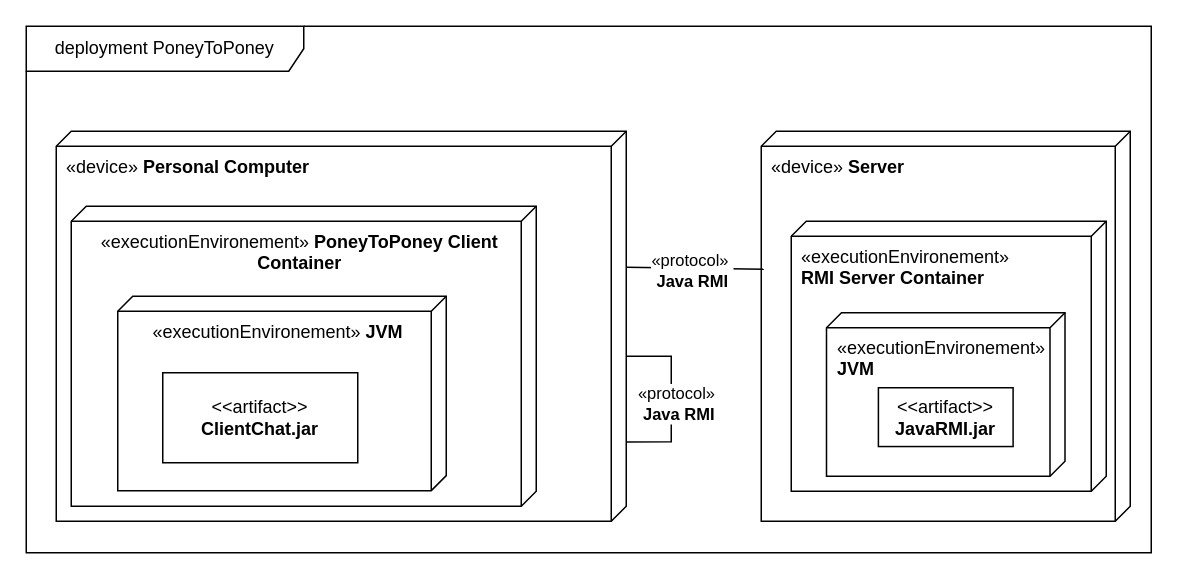
The draw.io diagram docs/deployement.drawio in samuelroland/poneytoponey, before the edit. Source tidied: cells renumbered, new cells numbered last; positions are measured from the earlier drawing's top-left corner, leaving out a move shared by most shapes. Both pictures are drawn from the tidied source at 150%, with x=0, y=0 at pixel (26, 26).
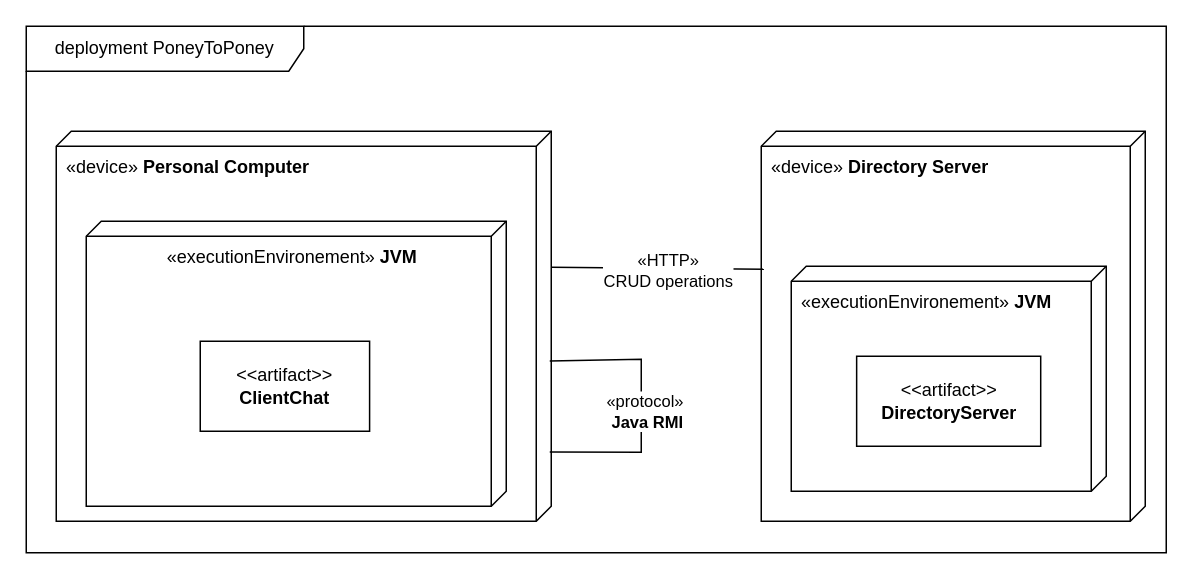
After the change.

Commit message (it also covers changes not shown here):
docs: updated deployement diagram

Change to the diagram source:
```diff
@@
 <mxGraphModel>
   <root>
     <mxCell id="0" />
     <mxCell id="1" parent="0" />
     <mxCell id="2" value="deployment PoneyToPoney" style="shape=umlFrame;whiteSpace=wrap;html=1;width=185;height=30;" parent="1" vertex="1">
-      <mxGeometry width="750" height="351" as="geometry" />
+      <mxGeometry width="760" height="351" as="geometry" />
     </mxCell>
     <mxCell id="3" value="«device»&amp;nbsp;&lt;b&gt;Personal Computer&lt;/b&gt;" style="verticalAlign=top;align=left;shape=cube;size=10;direction=south;fontStyle=0;html=1;boundedLbl=1;spacingLeft=5;whiteSpace=wrap;" parent="2" vertex="1">
-      <mxGeometry x="20" y="70" width="380" height="260" as="geometry" />
+      <mxGeometry x="20" y="70" width="330" height="260" as="geometry" />
     </mxCell>
-    <mxCell id="4" value="«executionEnvironement»&amp;nbsp;&lt;b&gt;PoneyToPoney Client Container&lt;/b&gt;" style="verticalAlign=top;align=center;shape=cube;size=10;direction=south;html=1;boundedLbl=1;spacingLeft=5;whiteSpace=wrap;" parent="3" vertex="1">
-      <mxGeometry width="310" height="200" relative="1" as="geometry">
-        <mxPoint x="10" y="50" as="offset" />
-      </mxGeometry>
-    </mxCell>
-    <mxCell id="5" value="«executionEnvironement» &lt;b&gt;JVM&lt;/b&gt;" style="verticalAlign=top;align=center;shape=cube;size=10;direction=south;html=1;boundedLbl=1;spacingLeft=5;whiteSpace=wrap;" parent="3" vertex="1">
-      <mxGeometry x="41" y="110" width="219" height="129.6" as="geometry" />
-    </mxCell>
-    <mxCell id="6" value="&amp;lt;&amp;lt;artifact&amp;gt;&amp;gt;&lt;br&gt;&lt;b&gt;ClientChat.jar&lt;/b&gt;" style="html=1;align=center;verticalAlign=middle;dashed=0;whiteSpace=wrap;" parent="3" vertex="1">
-      <mxGeometry x="71" y="161" width="130" height="60" as="geometry" />
-    </mxCell>
-    <mxCell id="7" value="«device»&lt;b&gt;&amp;nbsp;Server&lt;/b&gt;" style="verticalAlign=top;align=left;shape=cube;size=10;direction=south;fontStyle=0;html=1;boundedLbl=1;spacingLeft=5;whiteSpace=wrap;" parent="2" vertex="1">
-      <mxGeometry x="490" y="70" width="246" height="260" as="geometry" />
-    </mxCell>
-    <mxCell id="8" style="endArrow=none;html=1;rounded=0;fontSize=12;startSize=8;endSize=8;curved=1;entryX=0.354;entryY=0.993;entryDx=0;entryDy=0;entryPerimeter=0;exitX=0.349;exitY=0;exitDx=0;exitDy=0;exitPerimeter=0;" parent="2" edge="1" source="3" target="7">
-      <mxGeometry relative="1" as="geometry" />
-    </mxCell>
-    <mxCell id="9" value="&lt;div&gt;«protocol»&amp;nbsp;&lt;/div&gt;&lt;div&gt;&lt;b&gt;Java RMI&lt;/b&gt;&lt;/div&gt;" style="edgeLabel;html=1;align=center;verticalAlign=middle;" parent="8" vertex="1">
-      <mxGeometry x="0.36" y="-1" relative="1" as="geometry">
-        <mxPoint x="-18" as="offset" />
-      </mxGeometry>
-    </mxCell>
-    <mxCell id="10" style="endArrow=none;html=1;rounded=0;fontSize=12;startSize=8;endSize=8;curved=0;entryX=0.797;entryY=0;entryDx=0;entryDy=0;entryPerimeter=0;exitX=0.349;exitY=0;exitDx=0;exitDy=0;exitPerimeter=0;" parent="2" edge="1" target="3">
-      <mxGeometry relative="1" as="geometry">
-        <mxPoint x="400" y="220" as="sourcePoint" />
-        <Array as="points">
-          <mxPoint x="430" y="220" />
-          <mxPoint x="430" y="277" />
-        </Array>
-      </mxGeometry>
-    </mxCell>
-    <mxCell id="11" value="&lt;div&gt;«protocol»&amp;nbsp;&lt;/div&gt;&lt;div&gt;&lt;b&gt;Java RMI&lt;/b&gt;&lt;/div&gt;" style="edgeLabel;html=1;align=center;verticalAlign=middle;" parent="10" vertex="1">
-      <mxGeometry x="0.36" y="-1" relative="1" as="geometry">
-        <mxPoint x="5" y="-19" as="offset" />
-      </mxGeometry>
-    </mxCell>
-    <mxCell id="12" value="&lt;div&gt;«executionEnvironement»&amp;nbsp;&lt;/div&gt;&lt;div&gt;&lt;b&gt;RMI Server Container&lt;/b&gt;&lt;/div&gt;" style="verticalAlign=top;align=left;shape=cube;size=10;direction=south;fontStyle=0;html=1;boundedLbl=1;spacingLeft=5;whiteSpace=wrap;" parent="2" vertex="1">
-      <mxGeometry x="510" y="130" width="210" height="180" as="geometry" />
-    </mxCell>
-    <mxCell id="13" value="&lt;div&gt;«executionEnvironement»&amp;nbsp;&lt;/div&gt;&lt;div&gt;&lt;b style=&quot;text-align: center;&quot;&gt;JVM&lt;/b&gt;&lt;/div&gt;" style="verticalAlign=top;align=left;shape=cube;size=10;direction=south;fontStyle=0;html=1;boundedLbl=1;spacingLeft=5;whiteSpace=wrap;" parent="2" vertex="1">
-      <mxGeometry x="533.5" y="191" width="159" height="109" as="geometry" />
-    </mxCell>
-    <mxCell id="14" value="&amp;lt;&amp;lt;artifact&amp;gt;&amp;gt;&lt;br&gt;&lt;b&gt;JavaRMI.jar&lt;/b&gt;" style="html=1;align=center;verticalAlign=middle;dashed=0;whiteSpace=wrap;" parent="2" vertex="1">
-      <mxGeometry x="568.1" y="241" width="89.8" height="39.2" as="geometry" />
-    </mxCell>
+    <mxCell id="15" value="«executionEnvironement»&amp;nbsp;&lt;b&gt;JVM&lt;/b&gt;" style="verticalAlign=top;align=center;shape=cube;size=10;direction=south;html=1;boundedLbl=1;spacingLeft=5;whiteSpace=wrap;" parent="3" vertex="1">
+      <mxGeometry width="280" height="190" relative="1" as="geometry">
+        <mxPoint x="20" y="60" as="offset" />
+      </mxGeometry>
+    </mxCell>
+    <mxCell id="16" value="&amp;lt;&amp;lt;artifact&amp;gt;&amp;gt;&lt;br&gt;&lt;b&gt;ClientChat&lt;/b&gt;" style="html=1;align=center;verticalAlign=middle;dashed=0;whiteSpace=wrap;" parent="3" vertex="1">
+      <mxGeometry x="96" y="140" width="112.9" height="60" as="geometry" />
+    </mxCell>
+    <mxCell id="17" value="«device»&lt;b&gt;&amp;nbsp;Directory Server&lt;/b&gt;" style="verticalAlign=top;align=left;shape=cube;size=10;direction=south;fontStyle=0;html=1;boundedLbl=1;spacingLeft=5;whiteSpace=wrap;" parent="2" vertex="1">
+      <mxGeometry x="490" y="70" width="256" height="260" as="geometry" />
+    </mxCell>
+    <mxCell id="18" style="endArrow=none;html=1;rounded=0;fontSize=12;startSize=8;endSize=8;curved=1;entryX=0.354;entryY=0.993;entryDx=0;entryDy=0;entryPerimeter=0;exitX=0.349;exitY=0;exitDx=0;exitDy=0;exitPerimeter=0;" parent="2" edge="1" source="3" target="17">
+      <mxGeometry relative="1" as="geometry" />
+    </mxCell>
+    <mxCell id="19" value="&lt;div&gt;«HTTP» &lt;br&gt;CRUD operations&lt;/div&gt;" style="edgeLabel;html=1;align=center;verticalAlign=middle;" parent="18" vertex="1">
+      <mxGeometry x="0.36" y="-1" relative="1" as="geometry">
+        <mxPoint x="-18" as="offset" />
+      </mxGeometry>
+    </mxCell>
+    <mxCell id="20" style="endArrow=none;html=1;rounded=0;fontSize=12;startSize=8;endSize=8;curved=0;entryX=0.815;entryY=0.003;entryDx=0;entryDy=0;entryPerimeter=0;exitX=0.581;exitY=0.003;exitDx=0;exitDy=0;exitPerimeter=0;" parent="2" edge="1">
+      <mxGeometry relative="1" as="geometry">
+        <mxPoint x="349" y="223.1" as="sourcePoint" />
+        <mxPoint x="349" y="283.9" as="targetPoint" />
+        <Array as="points">
+          <mxPoint x="410" y="222" />
+          <mxPoint x="410" y="284" />
+        </Array>
+      </mxGeometry>
+    </mxCell>
+    <mxCell id="21" value="&lt;div&gt;«protocol»&amp;nbsp;&lt;/div&gt;&lt;div&gt;&lt;b&gt;Java RMI&lt;/b&gt;&lt;/div&gt;" style="edgeLabel;html=1;align=center;verticalAlign=middle;" parent="20" vertex="1">
+      <mxGeometry x="0.36" y="-1" relative="1" as="geometry">
+        <mxPoint x="5" y="-26" as="offset" />
+      </mxGeometry>
+    </mxCell>
+    <mxCell id="22" value="&lt;div&gt;«executionEnvironement»&amp;nbsp;&lt;b style=&quot;background-color: transparent; color: light-dark(rgb(0, 0, 0), rgb(255, 255, 255)); text-align: center;&quot;&gt;JVM&lt;/b&gt;&lt;/div&gt;" style="verticalAlign=top;align=left;shape=cube;size=10;direction=south;fontStyle=0;html=1;boundedLbl=1;spacingLeft=5;whiteSpace=wrap;" parent="2" vertex="1">
+      <mxGeometry x="510" y="160" width="210" height="150" as="geometry" />
+    </mxCell>
+    <mxCell id="23" value="&amp;lt;&amp;lt;artifact&amp;gt;&amp;gt;&lt;br&gt;&lt;b&gt;DirectoryServer&lt;/b&gt;" style="html=1;align=center;verticalAlign=middle;dashed=0;whiteSpace=wrap;" parent="2" vertex="1">
+      <mxGeometry x="553.6" y="220" width="122.7" height="60" as="geometry" />
+    </mxCell>
   </root>
 </mxGraphModel>
```
